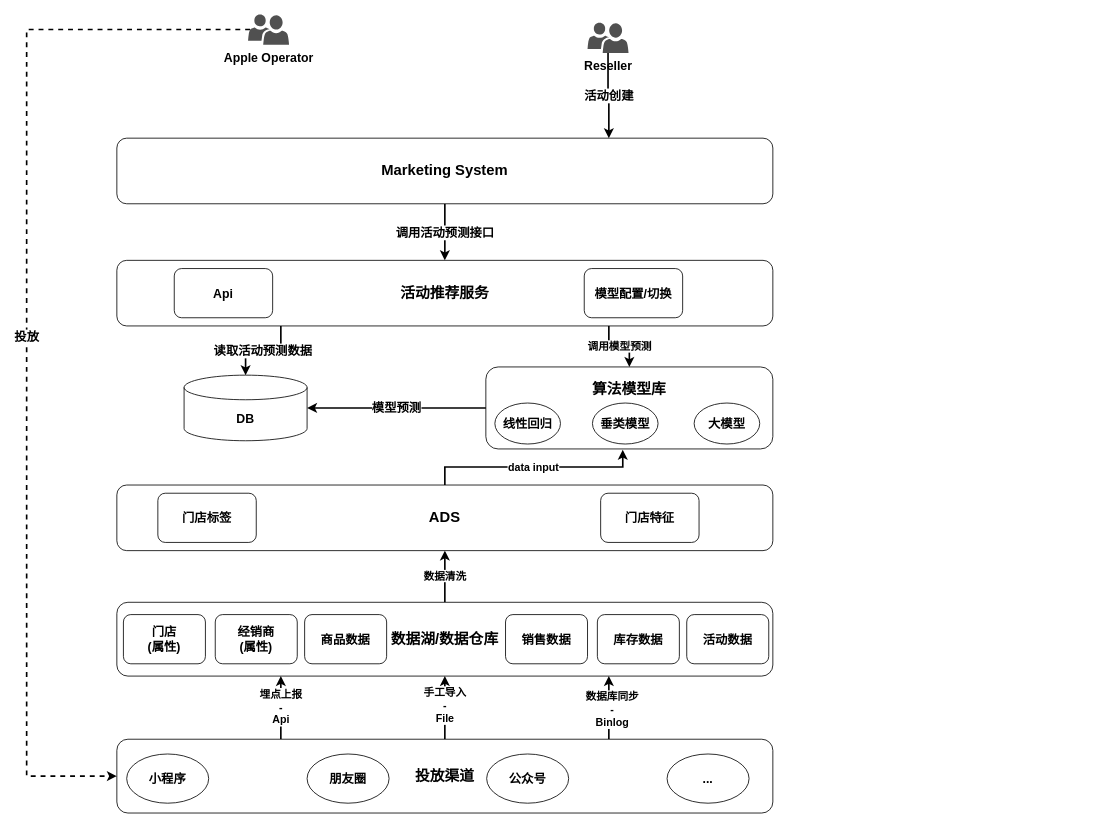
The draw.io diagram page "活动预测" (18 of 18) of Enterprise-Architecture.drawio in jackie-thank/beego-authz, before the edit. Source tidied: cells renumbered, new cells numbered last; positions are measured from the earlier drawing's top-left corner, leaving out a move shared by most shapes. Both pictures are drawn from the tidied source at 82%, with x=0, y=0 at pixel (26, 14).
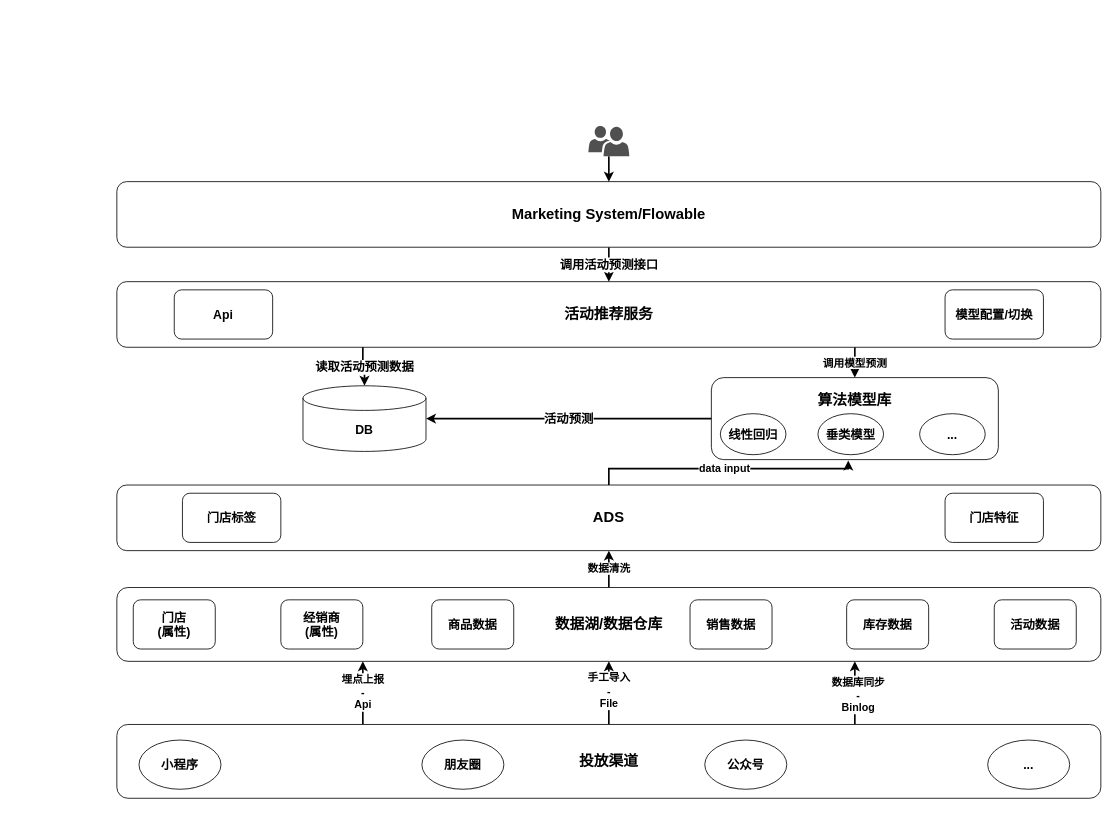
The same page after the edit.

The edit, as a diff of the source:
```diff
@@
     <mxCell id="7" value="投放渠道" style="rounded=1;whiteSpace=wrap;html=1;fontSize=18;fontStyle=1;" parent="1" vertex="1">
-      <mxGeometry x="110" y="884" width="800" height="90" as="geometry" />
+      <mxGeometry x="110" y="866" width="1200" height="90" as="geometry" />
     </mxCell>
     <mxCell id="8" value="&lt;div&gt;算法模型库&lt;/div&gt;&lt;div&gt;&lt;br&gt;&lt;/div&gt;&lt;div&gt;&lt;br&gt;&lt;/div&gt;" style="rounded=1;whiteSpace=wrap;html=1;fontSize=18;fontStyle=1;" parent="1" vertex="1">
-      <mxGeometry x="560" y="430" width="350" height="100" as="geometry" />
+      <mxGeometry x="835" y="443" width="350" height="100" as="geometry" />
     </mxCell>
     <mxCell id="9" value="ADS" style="rounded=1;whiteSpace=wrap;html=1;fontSize=18;fontStyle=1;" parent="1" vertex="1">
-      <mxGeometry x="110" y="574" width="800" height="80" as="geometry" />
+      <mxGeometry x="110" y="574" width="1200" height="80" as="geometry" />
     </mxCell>
@@
     <mxCell id="11" value="数据湖/数据仓库" style="rounded=1;whiteSpace=wrap;html=1;fontSize=18;fontStyle=1;" parent="1" vertex="1">
-      <mxGeometry x="110" y="717" width="800" height="90" as="geometry" />
+      <mxGeometry x="110" y="699" width="1200" height="90" as="geometry" />
     </mxCell>
-    <mxCell id="12" value="大模型" style="ellipse;whiteSpace=wrap;html=1;fontSize=15;fontStyle=1;flipH=1;" parent="1" vertex="1">
-      <mxGeometry x="814" y="474" width="80" height="50" as="geometry" />
+    <mxCell id="12" value="..." style="ellipse;whiteSpace=wrap;html=1;fontSize=15;fontStyle=1;flipH=1;" parent="1" vertex="1">
+      <mxGeometry x="1089" y="487" width="80" height="50" as="geometry" />
     </mxCell>
@@
     <mxCell id="15" value="活动推荐服务" style="rounded=1;whiteSpace=wrap;html=1;fontSize=18;fontStyle=1;" parent="1" vertex="1">
-      <mxGeometry x="110" y="300" width="800" height="80" as="geometry" />
+      <mxGeometry x="110" y="326" width="1200" height="80" as="geometry" />
     </mxCell>
     <mxCell id="16" value="垂类模型" style="ellipse;whiteSpace=wrap;html=1;fontSize=15;fontStyle=1;flipH=1;" parent="1" vertex="1">
-      <mxGeometry x="690" y="474" width="80" height="50" as="geometry" />
+      <mxGeometry x="965" y="487" width="80" height="50" as="geometry" />
     </mxCell>
     <mxCell id="17" value="Api" style="rounded=1;whiteSpace=wrap;html=1;fontSize=15;fontStyle=1;" parent="1" vertex="1">
-      <mxGeometry x="180" y="310" width="120" height="60" as="geometry" />
+      <mxGeometry x="180" y="336" width="120" height="60" as="geometry" />
     </mxCell>
     <mxCell id="18" value="模型配置/切换" style="rounded=1;whiteSpace=wrap;html=1;fontSize=15;fontStyle=1;" parent="1" vertex="1">
-      <mxGeometry x="680" y="310" width="120" height="60" as="geometry" />
+      <mxGeometry x="1120" y="336" width="120" height="60" as="geometry" />
     </mxCell>
     <mxCell id="19" value="小程序" style="ellipse;whiteSpace=wrap;html=1;fontSize=15;fontStyle=1;" parent="1" vertex="1">
-      <mxGeometry x="122" y="902" width="100" height="60" as="geometry" />
+      <mxGeometry x="137" y="885" width="100" height="60" as="geometry" />
     </mxCell>
     <mxCell id="20" value="朋友圈" style="ellipse;whiteSpace=wrap;html=1;fontSize=15;fontStyle=1;" parent="1" vertex="1">
-      <mxGeometry x="342" y="902" width="100" height="60" as="geometry" />
+      <mxGeometry x="482" y="885" width="100" height="60" as="geometry" />
     </mxCell>
     <mxCell id="21" value="线性回归" style="ellipse;whiteSpace=wrap;html=1;fontSize=15;fontStyle=1;flipH=1;" parent="1" vertex="1">
-      <mxGeometry x="571" y="474" width="80" height="50" as="geometry" />
+      <mxGeometry x="846" y="487" width="80" height="50" as="geometry" />
     </mxCell>
     <mxCell id="22" value="公众号" style="ellipse;whiteSpace=wrap;html=1;fontSize=15;fontStyle=1;" parent="1" vertex="1">
-      <mxGeometry x="561" y="902" width="100" height="60" as="geometry" />
+      <mxGeometry x="827" y="885" width="100" height="60" as="geometry" />
     </mxCell>
     <mxCell id="23" value="..." style="ellipse;whiteSpace=wrap;html=1;fontSize=15;fontStyle=1;" parent="1" vertex="1">
-      <mxGeometry x="781" y="902" width="100" height="60" as="geometry" />
+      <mxGeometry x="1172" y="885" width="100" height="60" as="geometry" />
     </mxCell>
     <mxCell id="24" value="门店标签" style="rounded=1;whiteSpace=wrap;html=1;fontSize=15;fontStyle=1;" parent="1" vertex="1">
-      <mxGeometry x="160" y="584" width="120" height="60" as="geometry" />
+      <mxGeometry x="190" y="584" width="120" height="60" as="geometry" />
     </mxCell>
     <mxCell id="25" value="门店特征" style="rounded=1;whiteSpace=wrap;html=1;fontSize=15;fontStyle=1;" parent="1" vertex="1">
-      <mxGeometry x="700" y="584" width="120" height="60" as="geometry" />
+      <mxGeometry x="1120" y="584" width="120" height="60" as="geometry" />
     </mxCell>
     <mxCell id="26" value="DB" style="shape=cylinder3;whiteSpace=wrap;html=1;boundedLbl=1;backgroundOutline=1;size=15;fontSize=15;fontStyle=1;" parent="1" vertex="1">
-      <mxGeometry x="192" y="440" width="150" height="80" as="geometry" />
+      <mxGeometry x="337" y="453" width="150" height="80" as="geometry" />
     </mxCell>
@@
-    <mxCell id="28" value="模型预测" style="edgeStyle=orthogonalEdgeStyle;rounded=0;jettySize=auto;html=1;exitX=0;exitY=0.5;exitDx=0;exitDy=0;entryX=1;entryY=0.5;entryDx=0;entryDy=0;entryPerimeter=0;fontSize=15;fontStyle=1;strokeWidth=2;" parent="1" edge="1" source="8" target="26">
+    <mxCell id="28" value="活动预测" style="edgeStyle=orthogonalEdgeStyle;rounded=0;jettySize=auto;html=1;exitX=0;exitY=0.5;exitDx=0;exitDy=0;entryX=1;entryY=0.5;entryDx=0;entryDy=0;entryPerimeter=0;fontSize=15;fontStyle=1;strokeWidth=2;" parent="1" edge="1" source="8" target="26">
       <mxGeometry relative="1" as="geometry" />
     </mxCell>
     <mxCell id="29" value="&lt;div&gt;门店&lt;/div&gt;&lt;div&gt;(属性)&lt;/div&gt;" style="rounded=1;whiteSpace=wrap;html=1;fontSize=15;fontStyle=1;" parent="1" vertex="1">
-      <mxGeometry x="118" y="732" width="100" height="60" as="geometry" />
+      <mxGeometry x="130" y="714" width="100" height="60" as="geometry" />
     </mxCell>
     <mxCell id="30" value="&lt;div&gt;经销商&lt;/div&gt;&lt;div&gt;(属性)&lt;/div&gt;" style="rounded=1;whiteSpace=wrap;html=1;fontSize=15;fontStyle=1;" parent="1" vertex="1">
-      <mxGeometry x="230" y="732" width="100" height="60" as="geometry" />
+      <mxGeometry x="310" y="714" width="100" height="60" as="geometry" />
     </mxCell>
     <mxCell id="31" value="销售数据" style="rounded=1;whiteSpace=wrap;html=1;fontSize=15;fontStyle=1;" parent="1" vertex="1">
-      <mxGeometry x="584" y="732" width="100" height="60" as="geometry" />
+      <mxGeometry x="809" y="714" width="100" height="60" as="geometry" />
     </mxCell>
     <mxCell id="32" value="库存数据" style="rounded=1;whiteSpace=wrap;html=1;fontSize=15;fontStyle=1;" parent="1" vertex="1">
-      <mxGeometry x="696" y="732" width="100" height="60" as="geometry" />
+      <mxGeometry x="1000" y="714" width="100" height="60" as="geometry" />
     </mxCell>
     <mxCell id="33" value="活动数据" style="rounded=1;whiteSpace=wrap;html=1;fontSize=15;fontStyle=1;" parent="1" vertex="1">
-      <mxGeometry x="805" y="732" width="100" height="60" as="geometry" />
+      <mxGeometry x="1180" y="714" width="100" height="60" as="geometry" />
     </mxCell>
     <mxCell id="34" value="商品数据" style="rounded=1;whiteSpace=wrap;html=1;fontSize=15;fontStyle=1;" parent="1" vertex="1">
-      <mxGeometry x="339" y="732" width="100" height="60" as="geometry" />
+      <mxGeometry x="494" y="714" width="100" height="60" as="geometry" />
     </mxCell>
@@
-    <mxCell id="36" value="Marketing System" style="rounded=1;whiteSpace=wrap;html=1;fontSize=18;fontStyle=1;" parent="1" vertex="1">
-      <mxGeometry x="110" y="151" width="800" height="80" as="geometry" />
+    <mxCell id="36" value="Marketing System/Flowable" style="rounded=1;whiteSpace=wrap;html=1;fontSize=18;fontStyle=1;" parent="1" vertex="1">
+      <mxGeometry x="110" y="204" width="1200" height="80" as="geometry" />
     </mxCell>
-    <mxCell id="37" value="投放" style="rounded=0;jettySize=auto;html=1;exitX=0.05;exitY=0.5;exitDx=0;exitDy=0;exitPerimeter=0;entryX=0;entryY=0.5;entryDx=0;entryDy=0;strokeWidth=2;fontSize=15;fontStyle=1;dashed=1;edgeStyle=orthogonalEdgeStyle;" parent="1" edge="1" source="40" target="7">
-      <mxGeometry relative="1" as="geometry">
-        <Array as="points">
-          <mxPoint y="19" />
-          <mxPoint y="929" />
-        </Array>
-      </mxGeometry>
-    </mxCell>
-    <mxCell id="38" value="活动创建" style="edgeStyle=orthogonalEdgeStyle;rounded=0;jettySize=auto;html=1;entryX=0.75;entryY=0;entryDx=0;entryDy=0;strokeWidth=2;fontSize=15;fontStyle=1;" parent="1" edge="1" source="39" target="36">
+    <mxCell id="38" style="edgeStyle=orthogonalEdgeStyle;rounded=0;jettySize=auto;html=1;strokeWidth=2;fontSize=15;fontStyle=1;" parent="1" edge="1" source="39" target="36">
       <mxGeometry relative="1" as="geometry" />
     </mxCell>
-    <mxCell id="39" value="Reseller" style="sketch=0;shadow=0;dashed=0;html=1;strokeColor=none;labelPosition=center;verticalLabelPosition=bottom;verticalAlign=top;align=center;fillColor=#505050;shape=mxgraph.mscae.intune.user_group;fontSize=15;fontStyle=1;" parent="1" vertex="1">
-      <mxGeometry x="684" y="10" width="50" height="37" as="geometry" />
+    <mxCell id="39" style="sketch=0;shadow=0;dashed=0;html=1;strokeColor=none;labelPosition=center;verticalLabelPosition=bottom;verticalAlign=top;align=center;fillColor=#505050;shape=mxgraph.mscae.intune.user_group;fontSize=15;fontStyle=1;" parent="1" vertex="1">
+      <mxGeometry x="685" y="136" width="50" height="37" as="geometry" />
     </mxCell>
-    <mxCell id="40" value="Apple Operator" style="sketch=0;shadow=0;dashed=0;html=1;strokeColor=none;labelPosition=center;verticalLabelPosition=bottom;verticalAlign=top;align=center;fillColor=#505050;shape=mxgraph.mscae.intune.user_group;fontSize=15;fontStyle=1;" parent="1" vertex="1">
-      <mxGeometry x="270" width="50" height="37" as="geometry" />
-    </mxCell>
```
